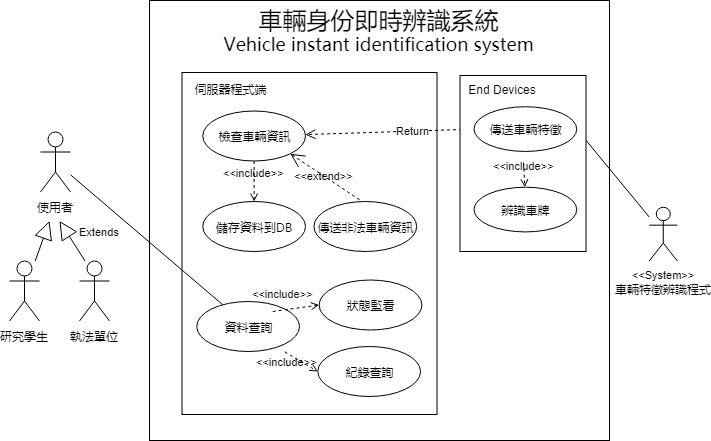
Above: usecase.png in YoShane/OO_Assignment (draw.io), before the change. Source tidied: cells renumbered, new cells last; positions are measured from the earlier drawing's top-left corner, leaving out a move shared by most shapes. Source of this version:
```xml
<mxGraphModel>
  <root>
    <mxCell id="0" />
    <mxCell id="1" parent="0" />
    <mxCell id="2" style="rounded=0;whiteSpace=wrap;html=1;" parent="1" vertex="1">
      <mxGeometry x="140" width="460" height="440" as="geometry" />
    </mxCell>
    <mxCell id="3" value="&lt;font&gt;&lt;span style=&quot;font-size: 24px&quot;&gt;車輛身份即時辨識系統&lt;/span&gt;&lt;br&gt;&lt;font style=&quot;font-size: 18px&quot;&gt;Vehicle instant identification system&lt;/font&gt;&lt;br&gt;&lt;/font&gt;" style="text;html=1;strokeColor=none;fillColor=none;align=center;verticalAlign=middle;whiteSpace=wrap;rounded=0;fontFamily= Microsoft Yahei;" parent="1" vertex="1">
      <mxGeometry x="172.5" y="20" width="392" height="20" as="geometry" />
    </mxCell>
    <mxCell id="4" value="&lt;font face=&quot;Microsoft Yahei&quot;&gt;執法單位&lt;/font&gt;" style="shape=umlActor;verticalLabelPosition=bottom;labelBackgroundColor=#ffffff;verticalAlign=top;html=1;" parent="1" vertex="1">
      <mxGeometry x="70" y="260.5" width="30" height="60" as="geometry" />
    </mxCell>
    <mxCell id="5" value="&lt;font face=&quot;Microsoft Yahei&quot;&gt;使用者&lt;/font&gt;" style="shape=umlActor;verticalLabelPosition=bottom;labelBackgroundColor=#ffffff;verticalAlign=top;html=1;" parent="1" vertex="1">
      <mxGeometry x="31" y="131.5" width="30" height="60" as="geometry" />
    </mxCell>
    <mxCell id="6" value="&lt;font face=&quot;Microsoft Yahei&quot;&gt;研究學生&lt;/font&gt;" style="shape=umlActor;verticalLabelPosition=bottom;labelBackgroundColor=#ffffff;verticalAlign=top;html=1;" parent="1" vertex="1">
      <mxGeometry y="260.5" width="30" height="60" as="geometry" />
    </mxCell>
    <mxCell id="7" value="Extends" style="endArrow=block;endSize=16;endFill=0;html=1;" parent="1" edge="1" source="6">
      <mxGeometry x="1" y="-51" relative="1" as="geometry">
        <mxPoint x="40" y="220.5" as="targetPoint" />
        <mxPoint x="2" y="-7" as="offset" />
      </mxGeometry>
    </mxCell>
    <mxCell id="8" style="endArrow=block;endSize=16;endFill=0;html=1;exitX=0.188;exitY=0.001;exitDx=0;exitDy=0;exitPerimeter=0;" parent="1" edge="1" source="4">
      <mxGeometry x="-0.64" y="-23" relative="1" as="geometry">
        <mxPoint x="50" y="220.5" as="targetPoint" />
      </mxGeometry>
    </mxCell>
    <mxCell id="9" value="&lt;font&gt;&lt;span style=&quot;font-size: 11px&quot;&gt;&amp;lt;&amp;lt;System&amp;gt;&amp;gt;&lt;/span&gt;&lt;br&gt;&lt;font face=&quot;Microsoft Yahei&quot; style=&quot;font-size: 12px&quot;&gt;車輛特徵辨識程式&lt;/font&gt;&lt;/font&gt;" style="shape=umlActor;verticalLabelPosition=bottom;labelBackgroundColor=#ffffff;verticalAlign=top;html=1;" parent="1" vertex="1">
      <mxGeometry x="639.8" y="206.8" width="28" height="53.7" as="geometry" />
    </mxCell>
    <mxCell id="10" style="rounded=0;jettySize=auto;html=1;entryX=1;entryY=0.5;entryDx=0;entryDy=0;endArrow=none;endFill=0;" parent="1" edge="1" source="9" target="29">
      <mxGeometry relative="1" as="geometry" />
    </mxCell>
    <mxCell id="11" style="html=1;" parent="1" vertex="1">
      <mxGeometry x="172.5" y="72" width="255" height="342" as="geometry" />
    </mxCell>
    <mxCell id="12" value="&lt;font face=&quot;Microsoft Yahei&quot;&gt;伺服器程式端&lt;/font&gt;" style="text;html=1;strokeColor=none;fillColor=none;align=center;verticalAlign=middle;whiteSpace=wrap;rounded=0;" parent="1" vertex="1">
      <mxGeometry x="178.5" y="78" width="84.1" height="20" as="geometry" />
    </mxCell>
    <mxCell id="13" value="&lt;font face=&quot;Microsoft Yahei&quot;&gt;儲存資料到DB&lt;/font&gt;" style="ellipse;whiteSpace=wrap;html=1;" parent="1" vertex="1">
      <mxGeometry x="193.3" y="201" width="102.8" height="50" as="geometry" />
    </mxCell>
    <mxCell id="14" value="&lt;font face=&quot;Microsoft Yahei&quot;&gt;檢查車輛資訊&lt;/font&gt;" style="ellipse;whiteSpace=wrap;html=1;" parent="1" vertex="1">
      <mxGeometry x="193.3" y="110.5" width="102.8" height="50" as="geometry" />
    </mxCell>
    <mxCell id="15" value="&amp;lt;&amp;lt;include&amp;gt;&amp;gt;" style="edgeStyle=none;html=1;endArrow=open;verticalAlign=bottom;dashed=1;labelBackgroundColor=none;" parent="1" edge="1" source="14" target="13">
      <mxGeometry relative="1" as="geometry" />
    </mxCell>
    <mxCell id="16" value="&lt;font face=&quot;Microsoft Yahei&quot;&gt;傳送非法車輛資訊&lt;/font&gt;" style="ellipse;whiteSpace=wrap;html=1;" parent="1" vertex="1">
      <mxGeometry x="304.4" y="201" width="102.8" height="50" as="geometry" />
    </mxCell>
    <mxCell id="17" value="&amp;lt;&amp;lt;extend&amp;gt;&amp;gt;" style="edgeStyle=none;html=1;startArrow=open;endArrow=none;startSize=12;verticalAlign=bottom;dashed=1;labelBackgroundColor=none;exitX=1;exitY=1;exitDx=0;exitDy=0;entryX=0.468;entryY=-0.002;entryDx=0;entryDy=0;entryPerimeter=0;" parent="1" edge="1" source="14" target="16">
      <mxGeometry x="0.06" y="-7" relative="1" as="geometry" />
    </mxCell>
    <mxCell id="18" value="&lt;font face=&quot;Microsoft Yahei&quot;&gt;資料查詢&lt;/font&gt;" style="ellipse;whiteSpace=wrap;html=1;" parent="1" vertex="1">
      <mxGeometry x="187.3" y="301" width="102.8" height="50" as="geometry" />
    </mxCell>
    <mxCell id="19" value="&lt;font face=&quot;Microsoft Yahei&quot;&gt;狀態監看&lt;/font&gt;" style="ellipse;whiteSpace=wrap;html=1;" parent="1" vertex="1">
      <mxGeometry x="309.6" y="279.5" width="102.8" height="50" as="geometry" />
    </mxCell>
    <mxCell id="20" value="&lt;font face=&quot;Microsoft Yahei&quot;&gt;紀錄查詢&lt;/font&gt;" style="ellipse;whiteSpace=wrap;html=1;" parent="1" vertex="1">
      <mxGeometry x="308.3" y="346" width="102.8" height="50" as="geometry" />
    </mxCell>
    <mxCell id="21" value="&amp;lt;&amp;lt;include&amp;gt;&amp;gt;" style="edgeStyle=none;html=1;endArrow=open;verticalAlign=bottom;dashed=1;labelBackgroundColor=none;entryX=0;entryY=0.5;entryDx=0;entryDy=0;" parent="1" edge="1" target="19">
      <mxGeometry x="-0.54" y="8" relative="1" as="geometry">
        <mxPoint x="263.3" y="311" as="sourcePoint" />
      </mxGeometry>
    </mxCell>
    <mxCell id="22" value="&amp;lt;&amp;lt;include&amp;gt;&amp;gt;" style="edgeStyle=none;html=1;endArrow=open;verticalAlign=bottom;dashed=1;labelBackgroundColor=none;entryX=0;entryY=0.5;entryDx=0;entryDy=0;exitX=0.856;exitY=1.008;exitDx=0;exitDy=0;exitPerimeter=0;" parent="1" edge="1" source="18" target="20">
      <mxGeometry x="-0.37" y="-15" relative="1" as="geometry" />
    </mxCell>
    <mxCell id="23" style="rounded=0;jettySize=auto;html=1;endArrow=none;endFill=0;" parent="1" edge="1" source="5" target="18">
      <mxGeometry relative="1" as="geometry" />
    </mxCell>
    <mxCell id="24" value="Return" style="html=1;verticalAlign=bottom;endArrow=open;dashed=1;endSize=8;exitX=0;exitY=0.5;exitDx=0;exitDy=0;" parent="1" edge="1" source="29" target="14">
      <mxGeometry x="-0.28" y="8" relative="1" as="geometry" />
    </mxCell>
    <mxCell id="25" style="group;" parent="1" vertex="1">
      <mxGeometry x="450.5" y="74.5" width="126" height="176.5" as="geometry" />
    </mxCell>
    <mxCell id="26" style="html=1;" parent="25" vertex="1">
      <mxGeometry y="0.5" width="126" height="176" as="geometry" />
    </mxCell>
    <mxCell id="27" value="End Devices" style="text;html=1;strokeColor=none;fillColor=none;align=center;verticalAlign=middle;whiteSpace=wrap;rounded=0;" parent="25" vertex="1">
      <mxGeometry y="5.5" width="84.1" height="17.9" as="geometry" />
    </mxCell>
    <mxCell id="28" value="&lt;font face=&quot;Microsoft Yahei&quot;&gt;辨識車牌&lt;/font&gt;" style="ellipse;whiteSpace=wrap;html=1;" parent="25" vertex="1">
      <mxGeometry x="14" y="112.2" width="102.8" height="44.7" as="geometry" />
    </mxCell>
    <mxCell id="29" value="&lt;font face=&quot;Microsoft Yahei&quot;&gt;傳送車輛特徵&lt;/font&gt;" style="ellipse;whiteSpace=wrap;html=1;" parent="25" vertex="1">
      <mxGeometry x="14" y="31.7" width="102.8" height="44.7" as="geometry" />
    </mxCell>
    <mxCell id="30" value="&amp;lt;&amp;lt;include&amp;gt;&amp;gt;" style="edgeStyle=none;html=1;endArrow=open;verticalAlign=bottom;dashed=1;labelBackgroundColor=none;" parent="25" edge="1" target="28">
      <mxGeometry relative="1" as="geometry">
        <mxPoint x="63.5" y="87.6" as="sourcePoint" />
      </mxGeometry>
    </mxCell>
  </root>
</mxGraphModel>
```
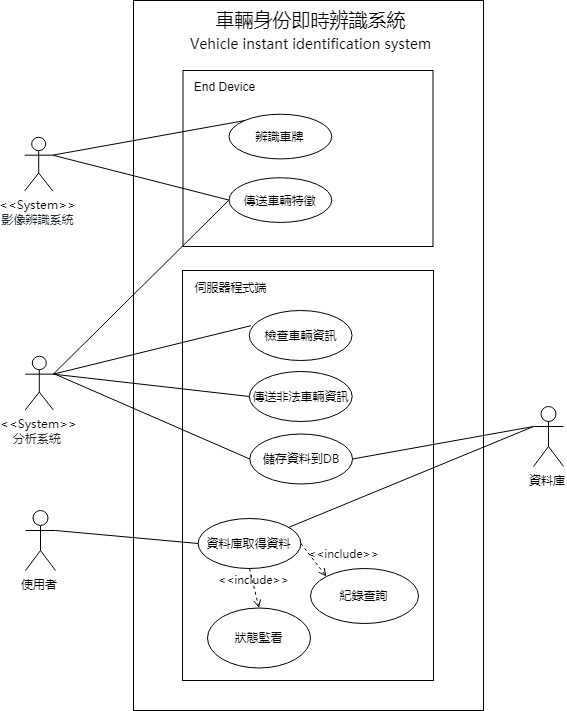
The same file after the commit.

Diff of the diagram source:
```diff
@@ -3,100 +3,93 @@
     <mxCell id="0" />
     <mxCell id="1" parent="0" />
     <mxCell id="2" style="rounded=0;whiteSpace=wrap;html=1;" parent="1" vertex="1">
-      <mxGeometry x="140" width="460" height="440" as="geometry" />
+      <mxGeometry x="140" width="350" height="710" as="geometry" />
     </mxCell>
-    <mxCell id="3" value="&lt;font&gt;&lt;span style=&quot;font-size: 24px&quot;&gt;車輛身份即時辨識系統&lt;/span&gt;&lt;br&gt;&lt;font style=&quot;font-size: 18px&quot;&gt;Vehicle instant identification system&lt;/font&gt;&lt;br&gt;&lt;/font&gt;" style="text;html=1;strokeColor=none;fillColor=none;align=center;verticalAlign=middle;whiteSpace=wrap;rounded=0;fontFamily= Microsoft Yahei;" parent="1" vertex="1">
-      <mxGeometry x="172.5" y="20" width="392" height="20" as="geometry" />
+    <mxCell id="3" value="&lt;font&gt;&lt;span style=&quot;font-size: 19px&quot;&gt;車輛身份即時辨識系統&lt;/span&gt;&lt;br style=&quot;font-size: 19px&quot;&gt;&lt;font style=&quot;font-size: 14px&quot;&gt;Vehicle instant identification system&lt;/font&gt;&lt;br style=&quot;font-size: 19px&quot;&gt;&lt;/font&gt;" style="text;html=1;strokeColor=none;fillColor=none;align=center;verticalAlign=middle;whiteSpace=wrap;rounded=0;fontFamily= Microsoft Yahei;fontSize=19;" parent="1" vertex="1">
+      <mxGeometry x="173" y="20" width="288" height="20" as="geometry" />
     </mxCell>
-    <mxCell id="4" value="&lt;font face=&quot;Microsoft Yahei&quot;&gt;執法單位&lt;/font&gt;" style="shape=umlActor;verticalLabelPosition=bottom;labelBackgroundColor=#ffffff;verticalAlign=top;html=1;" parent="1" vertex="1">
-      <mxGeometry x="70" y="260.5" width="30" height="60" as="geometry" />
-    </mxCell>
     <mxCell id="5" value="&lt;font face=&quot;Microsoft Yahei&quot;&gt;使用者&lt;/font&gt;" style="shape=umlActor;verticalLabelPosition=bottom;labelBackgroundColor=#ffffff;verticalAlign=top;html=1;" parent="1" vertex="1">
-      <mxGeometry x="31" y="131.5" width="30" height="60" as="geometry" />
+      <mxGeometry x="32" y="510" width="30" height="60" as="geometry" />
     </mxCell>
-    <mxCell id="6" value="&lt;font face=&quot;Microsoft Yahei&quot;&gt;研究學生&lt;/font&gt;" style="shape=umlActor;verticalLabelPosition=bottom;labelBackgroundColor=#ffffff;verticalAlign=top;html=1;" parent="1" vertex="1">
-      <mxGeometry y="260.5" width="30" height="60" as="geometry" />
-    </mxCell>
-    <mxCell id="7" value="Extends" style="endArrow=block;endSize=16;endFill=0;html=1;" parent="1" edge="1" source="6">
-      <mxGeometry x="1" y="-51" relative="1" as="geometry">
-        <mxPoint x="40" y="220.5" as="targetPoint" />
-        <mxPoint x="2" y="-7" as="offset" />
-      </mxGeometry>
-    </mxCell>
-    <mxCell id="8" style="endArrow=block;endSize=16;endFill=0;html=1;exitX=0.188;exitY=0.001;exitDx=0;exitDy=0;exitPerimeter=0;" parent="1" edge="1" source="4">
-      <mxGeometry x="-0.64" y="-23" relative="1" as="geometry">
-        <mxPoint x="50" y="220.5" as="targetPoint" />
-      </mxGeometry>
-    </mxCell>
-    <mxCell id="9" value="&lt;font&gt;&lt;span style=&quot;font-size: 11px&quot;&gt;&amp;lt;&amp;lt;System&amp;gt;&amp;gt;&lt;/span&gt;&lt;br&gt;&lt;font face=&quot;Microsoft Yahei&quot; style=&quot;font-size: 12px&quot;&gt;車輛特徵辨識程式&lt;/font&gt;&lt;/font&gt;" style="shape=umlActor;verticalLabelPosition=bottom;labelBackgroundColor=#ffffff;verticalAlign=top;html=1;" parent="1" vertex="1">
-      <mxGeometry x="639.8" y="206.8" width="28" height="53.7" as="geometry" />
+    <mxCell id="9" value="&lt;font face=&quot;Microsoft Yahei&quot; style=&quot;font-size: 12px&quot;&gt;&lt;span&gt;&amp;lt;&amp;lt;System&amp;gt;&amp;gt;&lt;/span&gt;&lt;br&gt;&lt;span id=&quot;docs-internal-guid-3f4bbaab-7fff-0b5e-c5c4-d78bb858a845&quot;&gt;&lt;span style=&quot;color: rgb(36 , 41 , 46) ; background-color: transparent ; vertical-align: baseline ; white-space: pre-wrap&quot;&gt;影像辨識系統&lt;/span&gt;&lt;/span&gt;&lt;/font&gt;" style="shape=umlActor;verticalLabelPosition=bottom;labelBackgroundColor=#ffffff;verticalAlign=top;html=1;" parent="1" vertex="1">
+      <mxGeometry x="31.2" y="136.8" width="28" height="53.7" as="geometry" />
     </mxCell>
+    <mxCell id="31" value="&lt;font face=&quot;Microsoft Yahei&quot; style=&quot;font-size: 12px&quot;&gt;&lt;font style=&quot;font-size: 12px&quot;&gt;&lt;span&gt;&amp;lt;&amp;lt;System&amp;gt;&amp;gt;&lt;/span&gt;&lt;br&gt;&lt;/font&gt;&lt;span id=&quot;docs-internal-guid-08a0a53d-7fff-3d71-e3f4-1b4fe0b4dff1&quot;&gt;&lt;span style=&quot;color: rgb(36 , 41 , 46) ; background-color: transparent ; vertical-align: baseline ; white-space: pre-wrap&quot;&gt;分析系統 &lt;/span&gt;&lt;/span&gt;&lt;/font&gt;" style="shape=umlActor;verticalLabelPosition=bottom;labelBackgroundColor=#ffffff;verticalAlign=top;html=1;" parent="1" vertex="1">
+      <mxGeometry x="31.8" y="355.8" width="28" height="53.7" as="geometry" />
+    </mxCell>
+    <mxCell id="26" style="html=1;" parent="1" vertex="1">
+      <mxGeometry x="189.5" y="70" width="250" height="176" as="geometry" />
+    </mxCell>
+    <mxCell id="27" value="End Device" style="text;html=1;strokeColor=none;fillColor=none;align=center;verticalAlign=middle;whiteSpace=wrap;rounded=0;" parent="1" vertex="1">
+      <mxGeometry x="189" y="77" width="84.1" height="17.9" as="geometry" />
+    </mxCell>
+    <mxCell id="28" value="&lt;font face=&quot;Microsoft Yahei&quot;&gt;辨識車牌&lt;/font&gt;" style="ellipse;whiteSpace=wrap;html=1;" parent="1" vertex="1">
+      <mxGeometry x="235.5" y="113.7" width="102.8" height="44.7" as="geometry" />
+    </mxCell>
+    <mxCell id="29" value="&lt;font face=&quot;Microsoft Yahei&quot;&gt;傳送車輛特徵&lt;/font&gt;" style="ellipse;whiteSpace=wrap;html=1;" parent="1" vertex="1">
+      <mxGeometry x="235.5" y="177.2" width="102.8" height="44.7" as="geometry" />
+    </mxCell>
-    <mxCell id="10" style="rounded=0;jettySize=auto;html=1;entryX=1;entryY=0.5;entryDx=0;entryDy=0;endArrow=none;endFill=0;" parent="1" edge="1" source="9" target="29">
+    <mxCell id="10" style="rounded=0;jettySize=auto;html=1;endArrow=none;endFill=0;exitX=1;exitY=0.3333333333333333;exitDx=0;exitDy=0;exitPerimeter=0;entryX=0;entryY=0.5;entryDx=0;entryDy=0;" parent="1" edge="1" source="9" target="29">
       <mxGeometry relative="1" as="geometry" />
     </mxCell>
+    <mxCell id="32" style="rounded=0;jettySize=auto;html=1;entryX=0;entryY=0;entryDx=0;entryDy=0;endArrow=none;endFill=0;exitX=1;exitY=0.3333333333333333;exitDx=0;exitDy=0;exitPerimeter=0;" parent="1" edge="1" source="9" target="28">
+      <mxGeometry relative="1" as="geometry" />
+    </mxCell>
+    <mxCell id="33" value="資料庫" style="shape=umlActor;verticalLabelPosition=bottom;labelBackgroundColor=#ffffff;verticalAlign=top;html=1;fontFamily= Microsoft Yahei;" parent="1" vertex="1">
+      <mxGeometry x="540" y="406" width="30" height="60" as="geometry" />
+    </mxCell>
     <mxCell id="11" style="html=1;" parent="1" vertex="1">
-      <mxGeometry x="172.5" y="72" width="255" height="342" as="geometry" />
+      <mxGeometry x="189" y="270" width="251" height="410" as="geometry" />
     </mxCell>
     <mxCell id="12" value="&lt;font face=&quot;Microsoft Yahei&quot;&gt;伺服器程式端&lt;/font&gt;" style="text;html=1;strokeColor=none;fillColor=none;align=center;verticalAlign=middle;whiteSpace=wrap;rounded=0;" parent="1" vertex="1">
-      <mxGeometry x="178.5" y="78" width="84.1" height="20" as="geometry" />
+      <mxGeometry x="195" y="276" width="84.1" height="20" as="geometry" />
     </mxCell>
     <mxCell id="13" value="&lt;font face=&quot;Microsoft Yahei&quot;&gt;儲存資料到DB&lt;/font&gt;" style="ellipse;whiteSpace=wrap;html=1;" parent="1" vertex="1">
-      <mxGeometry x="193.3" y="201" width="102.8" height="50" as="geometry" />
+      <mxGeometry x="256.3" y="433.5" width="102.8" height="50" as="geometry" />
     </mxCell>
     <mxCell id="14" value="&lt;font face=&quot;Microsoft Yahei&quot;&gt;檢查車輛資訊&lt;/font&gt;" style="ellipse;whiteSpace=wrap;html=1;" parent="1" vertex="1">
-      <mxGeometry x="193.3" y="110.5" width="102.8" height="50" as="geometry" />
+      <mxGeometry x="255.8" y="310" width="102.8" height="50" as="geometry" />
     </mxCell>
-    <mxCell id="15" value="&amp;lt;&amp;lt;include&amp;gt;&amp;gt;" style="edgeStyle=none;html=1;endArrow=open;verticalAlign=bottom;dashed=1;labelBackgroundColor=none;" parent="1" edge="1" source="14" target="13">
-      <mxGeometry relative="1" as="geometry" />
-    </mxCell>
-    <mxCell id="16" value="&lt;font face=&quot;Microsoft Yahei&quot;&gt;傳送非法車輛資訊&lt;/font&gt;" style="ellipse;whiteSpace=wrap;html=1;" parent="1" vertex="1">
-      <mxGeometry x="304.4" y="201" width="102.8" height="50" as="geometry" />
-    </mxCell>
-    <mxCell id="17" value="&amp;lt;&amp;lt;extend&amp;gt;&amp;gt;" style="edgeStyle=none;html=1;startArrow=open;endArrow=none;startSize=12;verticalAlign=bottom;dashed=1;labelBackgroundColor=none;exitX=1;exitY=1;exitDx=0;exitDy=0;entryX=0.468;entryY=-0.002;entryDx=0;entryDy=0;entryPerimeter=0;" parent="1" edge="1" source="14" target="16">
-      <mxGeometry x="0.06" y="-7" relative="1" as="geometry" />
-    </mxCell>
-    <mxCell id="18" value="&lt;font face=&quot;Microsoft Yahei&quot;&gt;資料查詢&lt;/font&gt;" style="ellipse;whiteSpace=wrap;html=1;" parent="1" vertex="1">
-      <mxGeometry x="187.3" y="301" width="102.8" height="50" as="geometry" />
-    </mxCell>
     <mxCell id="19" value="&lt;font face=&quot;Microsoft Yahei&quot;&gt;狀態監看&lt;/font&gt;" style="ellipse;whiteSpace=wrap;html=1;" parent="1" vertex="1">
-      <mxGeometry x="309.6" y="279.5" width="102.8" height="50" as="geometry" />
+      <mxGeometry x="214" y="607.5" width="103" height="60" as="geometry" />
     </mxCell>
     <mxCell id="20" value="&lt;font face=&quot;Microsoft Yahei&quot;&gt;紀錄查詢&lt;/font&gt;" style="ellipse;whiteSpace=wrap;html=1;" parent="1" vertex="1">
-      <mxGeometry x="308.3" y="346" width="102.8" height="50" as="geometry" />
+      <mxGeometry x="317" y="568" width="108" height="55" as="geometry" />
     </mxCell>
-    <mxCell id="21" value="&amp;lt;&amp;lt;include&amp;gt;&amp;gt;" style="edgeStyle=none;html=1;endArrow=open;verticalAlign=bottom;dashed=1;labelBackgroundColor=none;entryX=0;entryY=0.5;entryDx=0;entryDy=0;" parent="1" edge="1" target="19">
-      <mxGeometry x="-0.54" y="8" relative="1" as="geometry">
-        <mxPoint x="263.3" y="311" as="sourcePoint" />
-      </mxGeometry>
-    </mxCell>
-    <mxCell id="22" value="&amp;lt;&amp;lt;include&amp;gt;&amp;gt;" style="edgeStyle=none;html=1;endArrow=open;verticalAlign=bottom;dashed=1;labelBackgroundColor=none;entryX=0;entryY=0.5;entryDx=0;entryDy=0;exitX=0.856;exitY=1.008;exitDx=0;exitDy=0;exitPerimeter=0;" parent="1" edge="1" source="18" target="20">
-      <mxGeometry x="-0.37" y="-15" relative="1" as="geometry" />
-    </mxCell>
+    <mxCell id="34" style="rounded=0;jettySize=auto;html=1;endArrow=none;endFill=0;exitX=0.017;exitY=0.304;exitDx=0;exitDy=0;exitPerimeter=0;entryX=1;entryY=0.3333333333333333;entryDx=0;entryDy=0;entryPerimeter=0;" parent="1" edge="1" source="14" target="31">
+      <mxGeometry relative="1" as="geometry" />
+    </mxCell>
+    <mxCell id="35" style="rounded=0;jettySize=auto;html=1;endArrow=none;endFill=0;exitX=0;exitY=0.5;exitDx=0;exitDy=0;entryX=1;entryY=0.3333333333333333;entryDx=0;entryDy=0;entryPerimeter=0;" parent="1" edge="1" source="16" target="31">
+      <mxGeometry relative="1" as="geometry" />
+    </mxCell>
+    <mxCell id="36" style="rounded=0;jettySize=auto;html=1;endArrow=none;endFill=0;exitX=1;exitY=0.5;exitDx=0;exitDy=0;entryX=0;entryY=0.3333333333333333;entryDx=0;entryDy=0;entryPerimeter=0;" parent="1" edge="1" source="13" target="33">
+      <mxGeometry relative="1" as="geometry" />
+    </mxCell>
+    <mxCell id="37" value="&lt;font face=&quot;Microsoft Yahei&quot;&gt;資料庫取得資料&lt;/font&gt;" style="ellipse;whiteSpace=wrap;html=1;" parent="1" vertex="1">
+      <mxGeometry x="204.6" y="518" width="102.8" height="50" as="geometry" />
+    </mxCell>
+    <mxCell id="16" value="&lt;font face=&quot;Microsoft Yahei&quot;&gt;傳送非法車輛資訊&lt;/font&gt;" style="ellipse;whiteSpace=wrap;html=1;" parent="1" vertex="1">
+      <mxGeometry x="255.9" y="371" width="102.8" height="50" as="geometry" />
+    </mxCell>
-    <mxCell id="23" style="rounded=0;jettySize=auto;html=1;endArrow=none;endFill=0;" parent="1" edge="1" source="5" target="18">
+    <mxCell id="23" style="rounded=0;jettySize=auto;html=1;endArrow=none;endFill=0;exitX=1;exitY=0.3333333333333333;exitDx=0;exitDy=0;exitPerimeter=0;entryX=0;entryY=0.5;entryDx=0;entryDy=0;" parent="1" edge="1" source="5" target="37">
       <mxGeometry relative="1" as="geometry" />
     </mxCell>
-    <mxCell id="24" value="Return" style="html=1;verticalAlign=bottom;endArrow=open;dashed=1;endSize=8;exitX=0;exitY=0.5;exitDx=0;exitDy=0;" parent="1" edge="1" source="29" target="14">
-      <mxGeometry x="-0.28" y="8" relative="1" as="geometry" />
-    </mxCell>
-    <mxCell id="25" style="group;" parent="1" vertex="1">
-      <mxGeometry x="450.5" y="74.5" width="126" height="176.5" as="geometry" />
-    </mxCell>
-    <mxCell id="26" style="html=1;" parent="25" vertex="1">
-      <mxGeometry y="0.5" width="126" height="176" as="geometry" />
-    </mxCell>
-    <mxCell id="27" value="End Devices" style="text;html=1;strokeColor=none;fillColor=none;align=center;verticalAlign=middle;whiteSpace=wrap;rounded=0;" parent="25" vertex="1">
-      <mxGeometry y="5.5" width="84.1" height="17.9" as="geometry" />
-    </mxCell>
-    <mxCell id="28" value="&lt;font face=&quot;Microsoft Yahei&quot;&gt;辨識車牌&lt;/font&gt;" style="ellipse;whiteSpace=wrap;html=1;" parent="25" vertex="1">
-      <mxGeometry x="14" y="112.2" width="102.8" height="44.7" as="geometry" />
-    </mxCell>
-    <mxCell id="29" value="&lt;font face=&quot;Microsoft Yahei&quot;&gt;傳送車輛特徵&lt;/font&gt;" style="ellipse;whiteSpace=wrap;html=1;" parent="25" vertex="1">
-      <mxGeometry x="14" y="31.7" width="102.8" height="44.7" as="geometry" />
-    </mxCell>
-    <mxCell id="30" value="&amp;lt;&amp;lt;include&amp;gt;&amp;gt;" style="edgeStyle=none;html=1;endArrow=open;verticalAlign=bottom;dashed=1;labelBackgroundColor=none;" parent="25" edge="1" target="28">
-      <mxGeometry relative="1" as="geometry">
-        <mxPoint x="63.5" y="87.6" as="sourcePoint" />
-      </mxGeometry>
-    </mxCell>
+    <mxCell id="38" style="rounded=0;jettySize=auto;html=1;endArrow=none;endFill=0;exitX=0;exitY=0.5;exitDx=0;exitDy=0;" parent="1" edge="1" source="13">
+      <mxGeometry relative="1" as="geometry">
+        <mxPoint x="60" y="373" as="targetPoint" />
+      </mxGeometry>
+    </mxCell>
+    <mxCell id="39" style="rounded=0;jettySize=auto;html=1;endArrow=none;endFill=0;exitX=0;exitY=0.5;exitDx=0;exitDy=0;entryX=1;entryY=0.3333333333333333;entryDx=0;entryDy=0;entryPerimeter=0;" parent="1" edge="1" source="29" target="31">
+      <mxGeometry relative="1" as="geometry" />
+    </mxCell>
+    <mxCell id="40" style="rounded=0;jettySize=auto;html=1;endArrow=none;endFill=0;entryX=0;entryY=0.3333333333333333;entryDx=0;entryDy=0;entryPerimeter=0;" parent="1" edge="1" source="37" target="33">
+      <mxGeometry relative="1" as="geometry" />
+    </mxCell>
+    <mxCell id="41" value="&amp;lt;&amp;lt;include&amp;gt;&amp;gt;" style="edgeStyle=none;html=1;endArrow=open;verticalAlign=bottom;dashed=1;labelBackgroundColor=none;fontFamily= Microsoft Yahei;fontSize=11;exitX=1;exitY=0.5;exitDx=0;exitDy=0;entryX=0;entryY=0;entryDx=0;entryDy=0;" parent="1" edge="1" source="37" target="20">
+      <mxGeometry x="0.9" y="23" relative="1" as="geometry" />
+    </mxCell>
+    <mxCell id="42" value="&amp;lt;&amp;lt;include&amp;gt;&amp;gt;" style="edgeStyle=none;html=1;endArrow=open;verticalAlign=bottom;dashed=1;labelBackgroundColor=none;fontFamily= Microsoft Yahei;fontSize=11;exitX=0.5;exitY=1;exitDx=0;exitDy=0;entryX=0.5;entryY=0;entryDx=0;entryDy=0;" parent="1" edge="1" source="37" target="19">
+      <mxGeometry relative="1" as="geometry" />
+    </mxCell>
   </root>
 </mxGraphModel>
```
